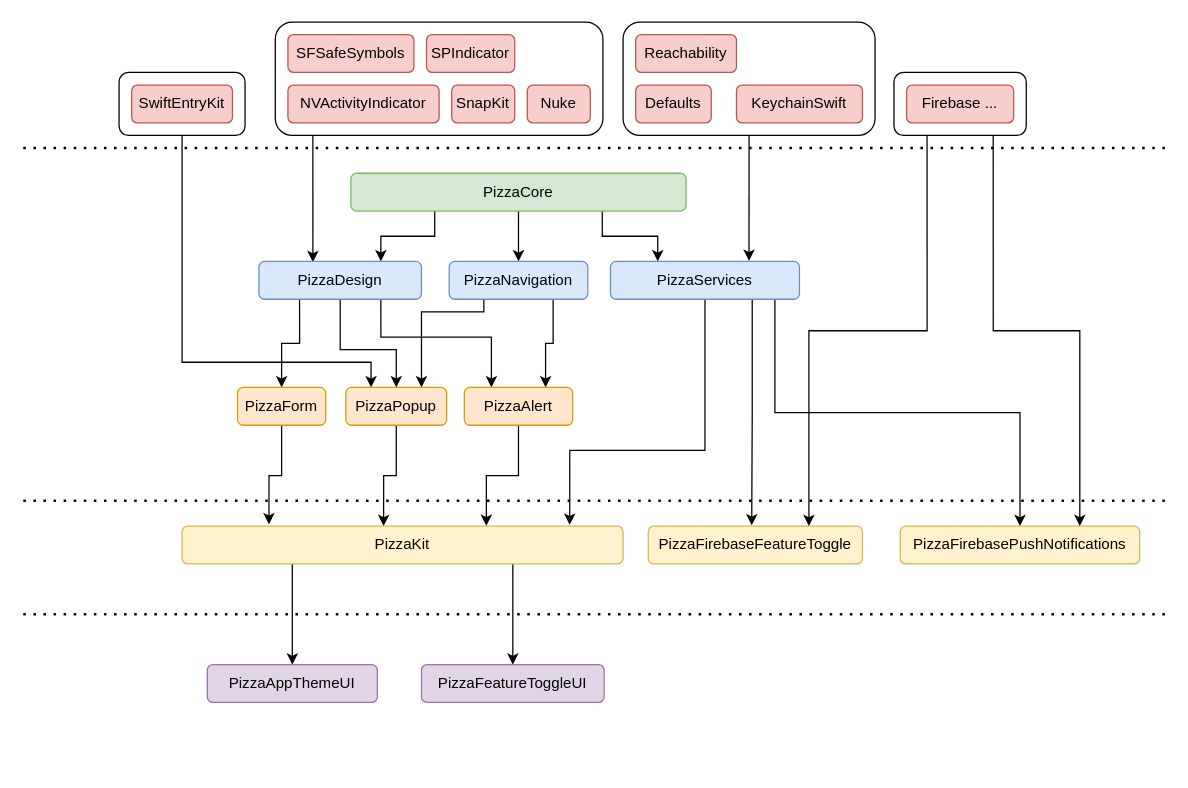
Before: Resources/diagram.drawio in PizzaKit/pizzakit, a draw.io diagram. Source tidied: cells renumbered, new cells numbered last; positions are measured from the earlier drawing's top-left corner, leaving out a move shared by most shapes. Both pictures are drawn from the tidied source at 126%, with x=0, y=0 at pixel (23, 21).
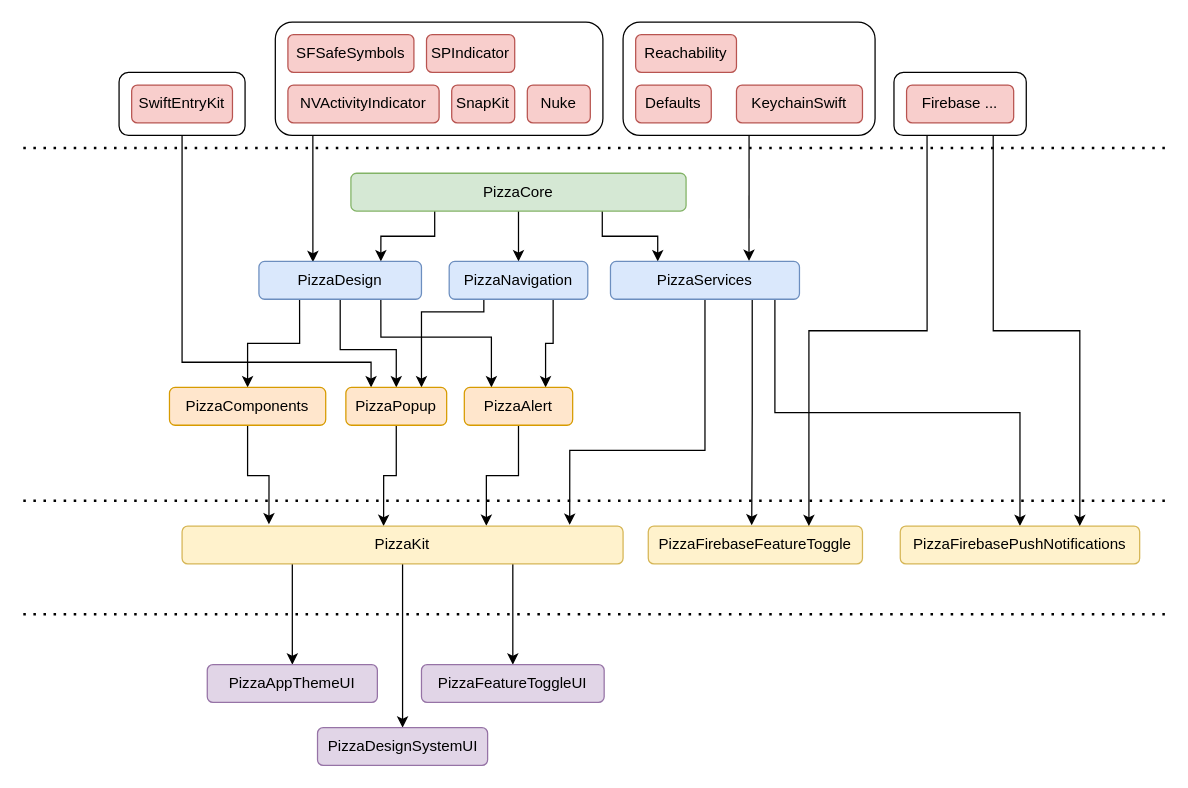
The same diagram, later.

Unchanged cells that the change refers to:
```xml
<mxCell id="35" value="PizzaKit" style="rounded=1;whiteSpace=wrap;html=1;fillColor=#fff2cc;strokeColor=#d6b656;" parent="1" vertex="1">
  <mxGeometry x="126" y="400" width="350" height="30" as="geometry" />
</mxCell>
```

Change to the diagram source:
```diff
@@
+    <mxCell id="52" style="edgeStyle=orthogonalEdgeStyle;rounded=0;jettySize=auto;html=1;exitX=0.5;exitY=1;exitDx=0;exitDy=0;" parent="1" edge="1" source="35" target="53">
+      <mxGeometry relative="1" as="geometry" />
+    </mxCell>
@@
-    <mxCell id="37" value="PizzaForm" style="rounded=1;whiteSpace=wrap;html=1;fillColor=#ffe6cc;strokeColor=#d79b00;" parent="1" vertex="1">
-      <mxGeometry x="170" y="290" width="70" height="30" as="geometry" />
+    <mxCell id="37" value="PizzaComponents" style="rounded=1;whiteSpace=wrap;html=1;fillColor=#ffe6cc;strokeColor=#d79b00;" parent="1" vertex="1">
+      <mxGeometry x="116" y="290" width="124" height="30" as="geometry" />
     </mxCell>
@@
+    <mxCell id="53" value="PizzaDesignSystemUI" style="rounded=1;whiteSpace=wrap;html=1;fillColor=#e1d5e7;strokeColor=#9673a6;" parent="1" vertex="1">
+      <mxGeometry x="233.5" y="560" width="135" height="30" as="geometry" />
+    </mxCell>
```
